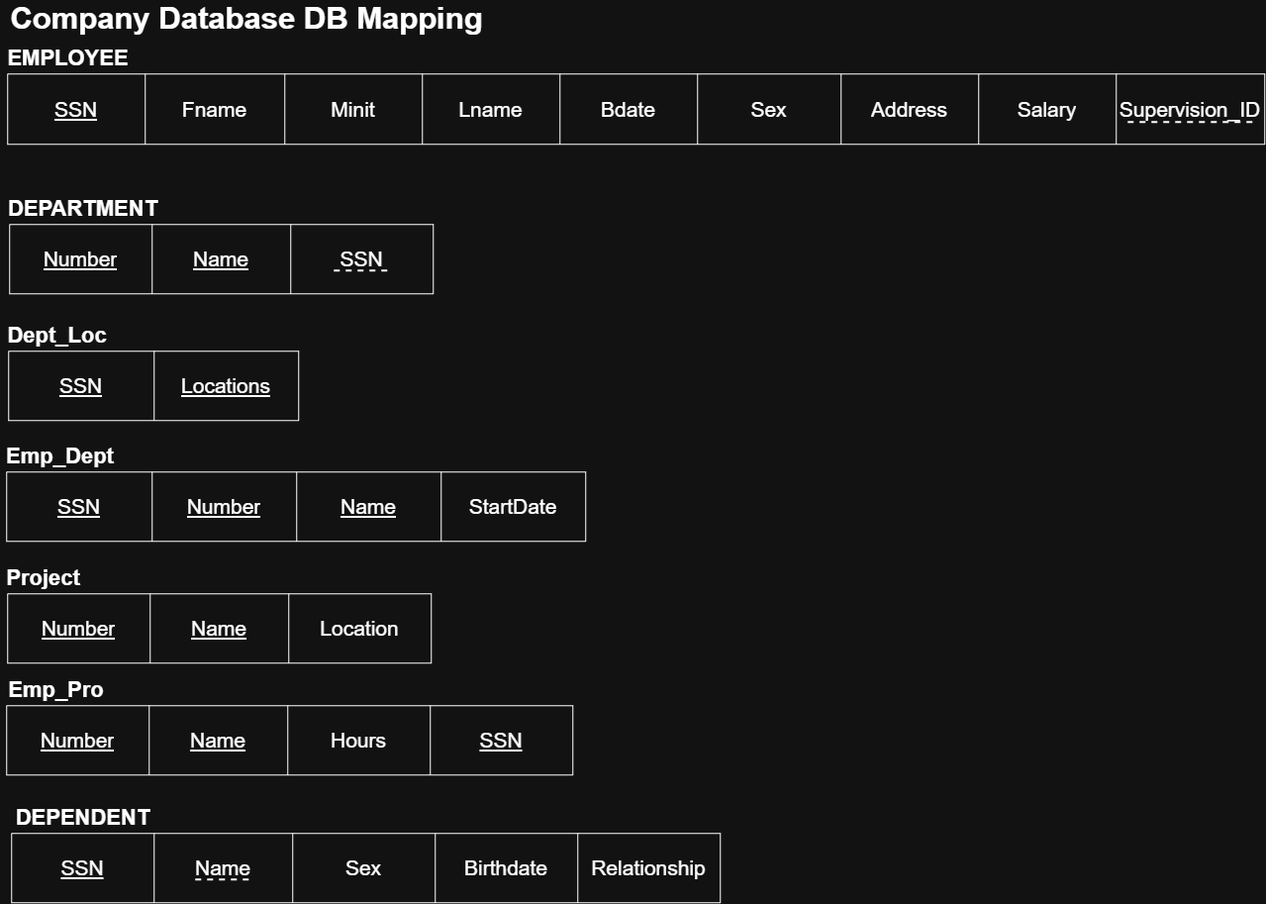
Above: Database_Tasks/DB Mapping_Company Database.drawio.png in bed20oor01suliman-hub/SparkToCodeRepo (draw.io), before the change. Source tidied: cells renumbered, new cells last; positions are measured from the earlier drawing's top-left corner, leaving out a move shared by most shapes.
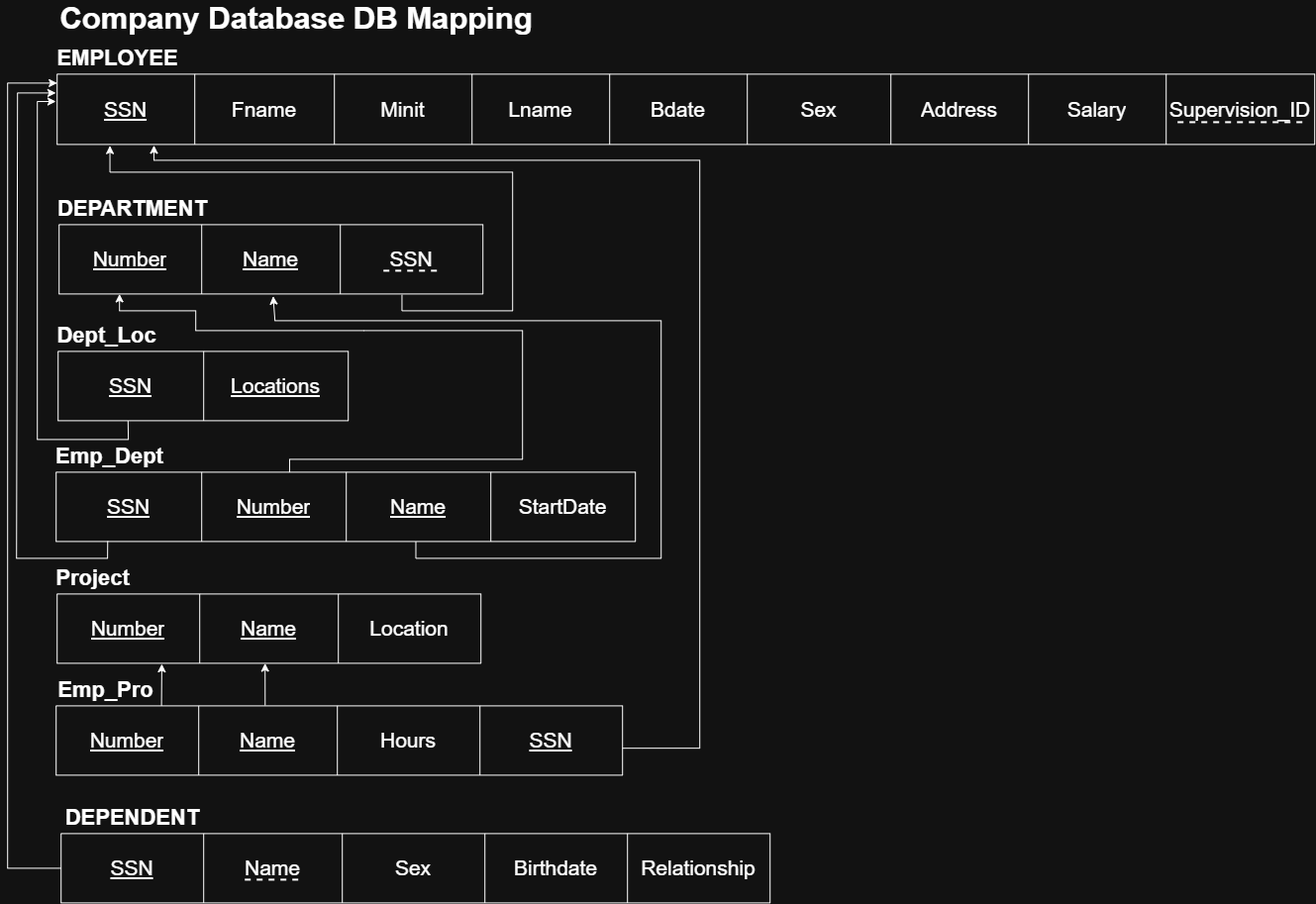
After the change.

Commit message:
Add DB Mapping_Company Database

What changed in the source:
```diff
@@ -176,5 +176,83 @@
         <mxPoint x="255" y="885" as="targetPoint" />
       </mxGeometry>
     </mxCell>
+    <mxCell id="57" style="endArrow=classic;html=1;rounded=0;exitX=0.809;exitY=1.013;exitDx=0;exitDy=0;exitPerimeter=0;entryX=0.042;entryY=1.018;entryDx=0;entryDy=0;entryPerimeter=0;" parent="1" edge="1" source="16" target="5">
+      <mxGeometry relative="1" as="geometry">
+        <Array as="points">
+          <mxPoint x="356.2" y="310" />
+          <mxPoint x="468" y="310" />
+          <mxPoint x="468" y="170" />
+          <mxPoint x="61.3" y="170" />
+        </Array>
+      </mxGeometry>
+    </mxCell>
+    <mxCell id="58" style="endArrow=classic;html=1;rounded=0;entryX=-0.001;entryY=0.389;entryDx=0;entryDy=0;entryPerimeter=0;exitX=0.241;exitY=1.002;exitDx=0;exitDy=0;exitPerimeter=0;" parent="1" edge="1" source="22" target="5">
+      <mxGeometry relative="1" as="geometry">
+        <Array as="points">
+          <mxPoint x="79.9" y="440" />
+          <mxPoint x="-12" y="440" />
+          <mxPoint x="-12" y="98.6" />
+        </Array>
+      </mxGeometry>
+    </mxCell>
+    <mxCell id="59" style="endArrow=classic;html=1;rounded=0;exitX=0.089;exitY=0.996;exitDx=0;exitDy=0;exitPerimeter=0;" parent="1" edge="1" source="28">
+      <mxGeometry relative="1" as="geometry">
+        <mxPoint x="6.7" y="90" as="targetPoint" />
+        <Array as="points">
+          <mxPoint x="58.9" y="560" />
+          <mxPoint x="-33" y="560" />
+          <mxPoint x="-32" y="90" />
+        </Array>
+      </mxGeometry>
+    </mxCell>
+    <mxCell id="60" style="endArrow=classic;html=1;rounded=0;entryX=0.505;entryY=1.033;entryDx=0;entryDy=0;entryPerimeter=0;exitX=0.621;exitY=1.002;exitDx=0;exitDy=0;exitPerimeter=0;" parent="1" edge="1" source="28" target="16">
+      <mxGeometry relative="1" as="geometry">
+        <Array as="points">
+          <mxPoint x="370.3" y="560" />
+          <mxPoint x="618" y="560" />
+          <mxPoint x="618" y="320" />
+          <mxPoint x="228" y="320" />
+        </Array>
+      </mxGeometry>
+    </mxCell>
+    <mxCell id="61" style="endArrow=classic;html=1;rounded=0;exitX=0.403;exitY=0.002;exitDx=0;exitDy=0;exitPerimeter=0;entryX=0.042;entryY=1.018;entryDx=0;entryDy=0;entryPerimeter=0;" parent="1" edge="1" source="28">
+      <mxGeometry relative="1" as="geometry">
+        <mxPoint x="71" y="293" as="targetPoint" />
+        <Array as="points">
+          <mxPoint x="242.8" y="460" />
+          <mxPoint x="478" y="460" />
+          <mxPoint x="478" y="330" />
+          <mxPoint x="318" y="330" />
+          <mxPoint x="148" y="330" />
+          <mxPoint x="148" y="310" />
+          <mxPoint x="71" y="310" />
+        </Array>
+      </mxGeometry>
+    </mxCell>
+    <mxCell id="62" style="endArrow=classic;html=1;rounded=0;exitX=0.186;exitY=-0.003;exitDx=0;exitDy=0;exitPerimeter=0;entryX=0.247;entryY=1.009;entryDx=0;entryDy=0;entryPerimeter=0;" parent="1" edge="1" source="42" target="36">
+      <mxGeometry relative="1" as="geometry" />
+    </mxCell>
+    <mxCell id="63" style="endArrow=classic;html=1;rounded=0;exitX=0.369;exitY=-0.006;exitDx=0;exitDy=0;exitPerimeter=0;" parent="1" edge="1" source="42">
+      <mxGeometry relative="1" as="geometry">
+        <mxPoint x="218" y="666" as="targetPoint" />
+      </mxGeometry>
+    </mxCell>
+    <mxCell id="64" style="edgeStyle=orthogonalEdgeStyle;rounded=0;jettySize=auto;html=1;entryX=0.077;entryY=1.012;entryDx=0;entryDy=0;entryPerimeter=0;exitX=1;exitY=0.611;exitDx=0;exitDy=0;exitPerimeter=0;" parent="1" edge="1" source="42" target="5">
+      <mxGeometry relative="1" as="geometry">
+        <Array as="points">
+          <mxPoint x="656.9" y="751.8" />
+          <mxPoint x="656.9" y="158" />
+          <mxPoint x="105.8" y="158" />
+        </Array>
+      </mxGeometry>
+    </mxCell>
+    <mxCell id="65" style="edgeStyle=orthogonalEdgeStyle;rounded=0;jettySize=auto;html=1;exitX=0;exitY=0.5;exitDx=0;exitDy=0;entryX=0;entryY=0.127;entryDx=0;entryDy=0;entryPerimeter=0;" parent="1" edge="1" source="49" target="5">
+      <mxGeometry relative="1" as="geometry">
+        <Array as="points">
+          <mxPoint x="-42" y="873" />
+          <mxPoint x="-42" y="80" />
+        </Array>
+      </mxGeometry>
+    </mxCell>
   </root>
 </mxGraphModel>
```
